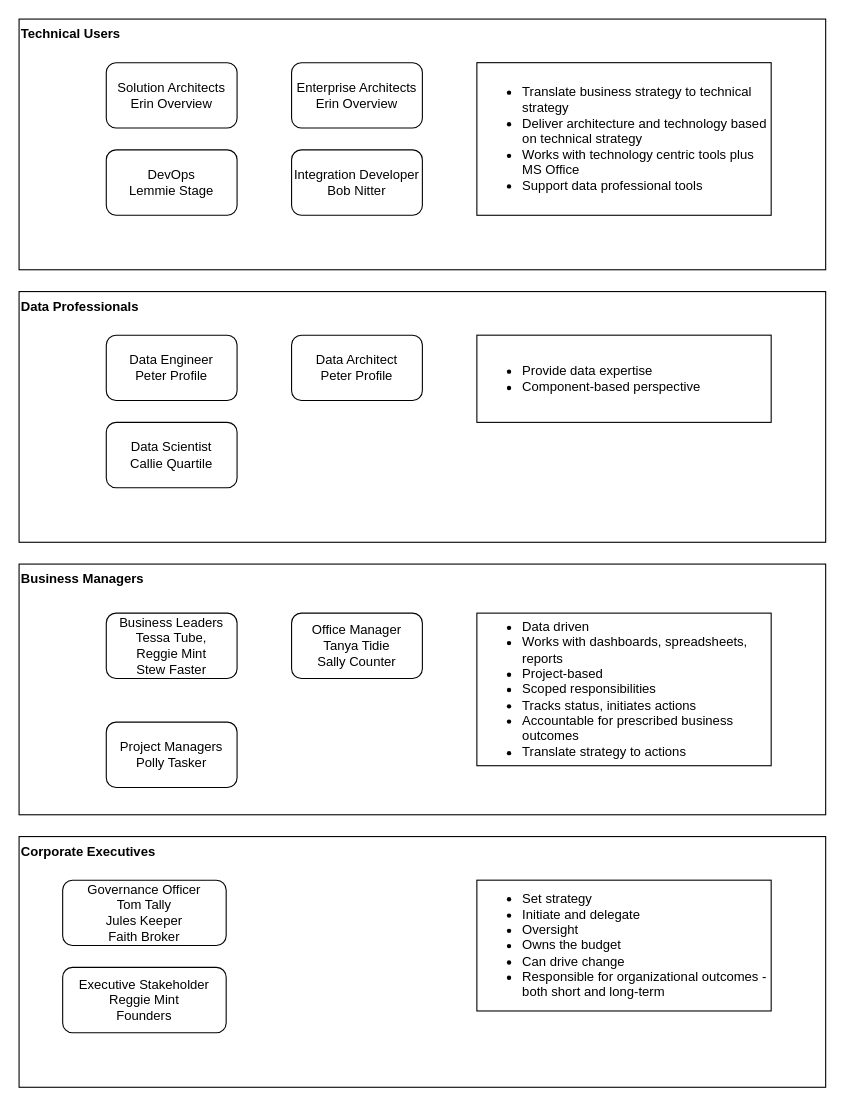
Earlier version of the draw.io diagram page "user-profiles" (1 of 3) of site/docs/governance-solutions/data-and-ai-lifecycle-management/user-solutions.drawio (odpi/egeria-docs). Source tidied: cells renumbered, new cells numbered last; positions are measured from the earlier drawing's top-left corner, leaving out a move shared by most shapes. Both pictures are drawn from the tidied source at 109%, with x=0, y=0 at pixel (19, 19).
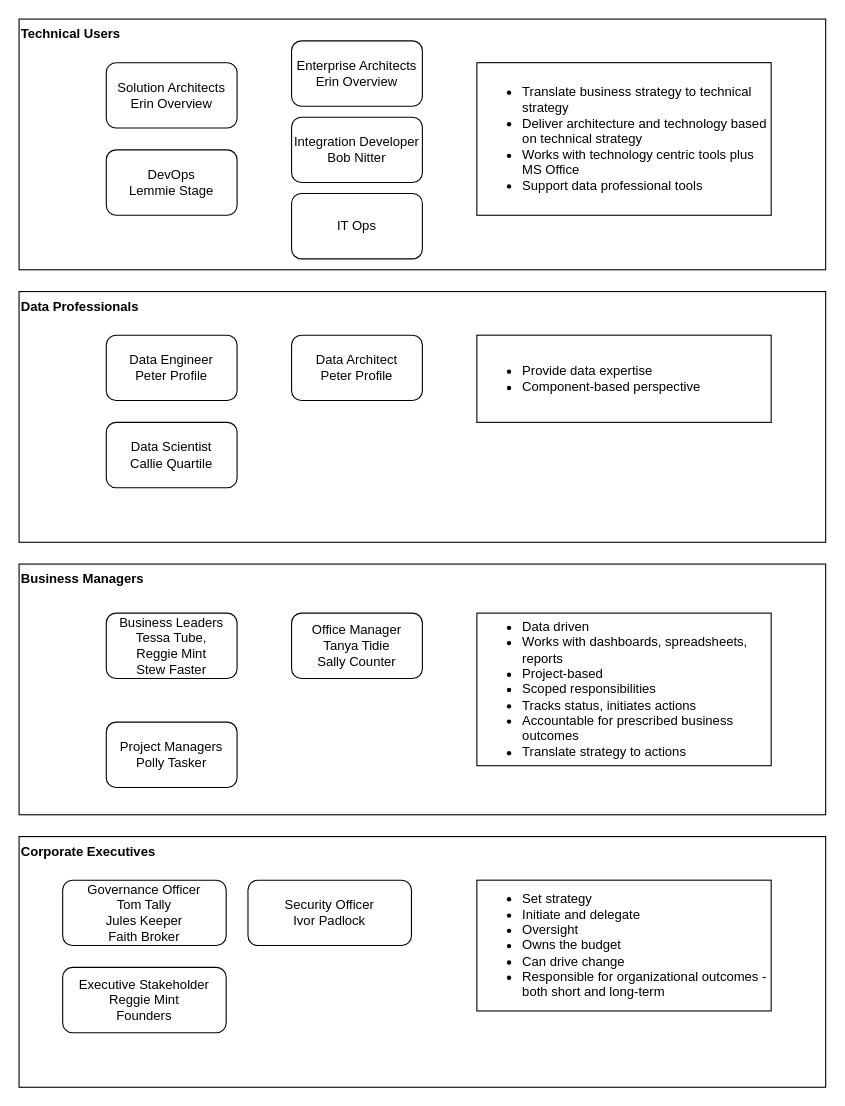
The same page after the edit.

What changed in the source:
```diff
@@
     <mxCell id="8" value="Enterprise Architects&lt;div&gt;Erin Overview&lt;/div&gt;" style="rounded=1;whiteSpace=wrap;html=1;" parent="1" vertex="1">
-      <mxGeometry x="250" y="40" width="120" height="60" as="geometry" />
+      <mxGeometry x="250" y="20" width="120" height="60" as="geometry" />
     </mxCell>
     <mxCell id="9" value="Integration Developer&lt;div&gt;Bob Nitter&lt;/div&gt;" style="rounded=1;whiteSpace=wrap;html=1;" parent="1" vertex="1">
-      <mxGeometry x="250" y="120" width="120" height="60" as="geometry" />
+      <mxGeometry x="250" y="90" width="120" height="60" as="geometry" />
     </mxCell>
@@
+    <mxCell id="22" value="Security Officer&lt;div&gt;Ivor Padlock&lt;/div&gt;" style="rounded=1;whiteSpace=wrap;html=1;" parent="1" vertex="1">
+      <mxGeometry x="210" y="790" width="150" height="60" as="geometry" />
+    </mxCell>
+    <mxCell id="23" value="IT Ops" style="rounded=1;whiteSpace=wrap;html=1;" parent="1" vertex="1">
+      <mxGeometry x="250" y="160" width="120" height="60" as="geometry" />
+    </mxCell>
```
